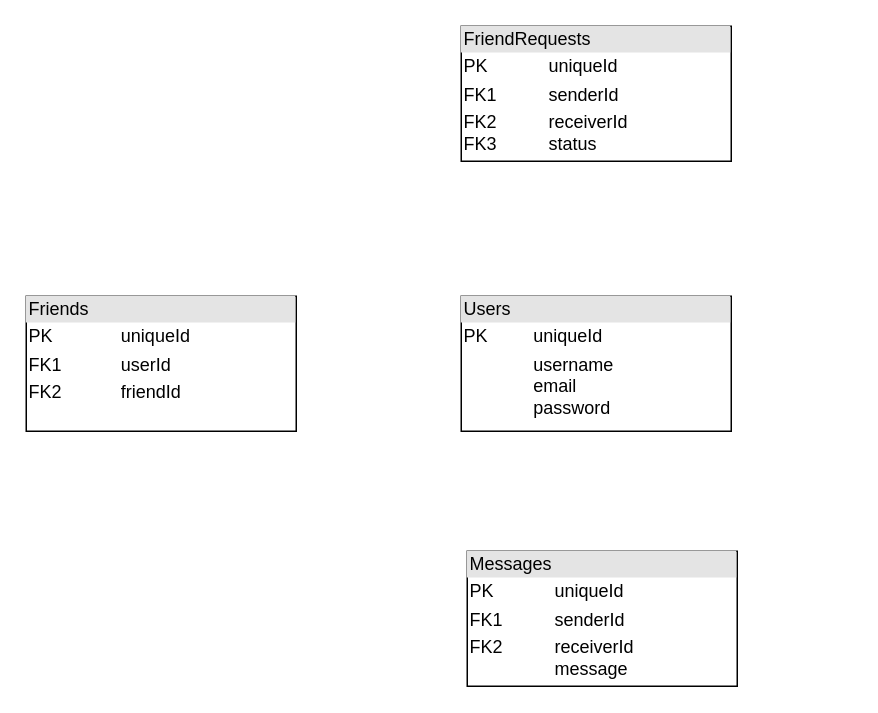
The draw.io diagram page "DB Schema" (1 of 2) of diagrams/User_db_class.drawio in riv4lz/riv4lz-backend, before the edit. Source tidied: cells renumbered, new cells numbered last; positions are measured from the earlier drawing's top-left corner, leaving out a move shared by most shapes. Both pictures are drawn from the tidied source at 150%, with x=0, y=0 at pixel (26, 26).
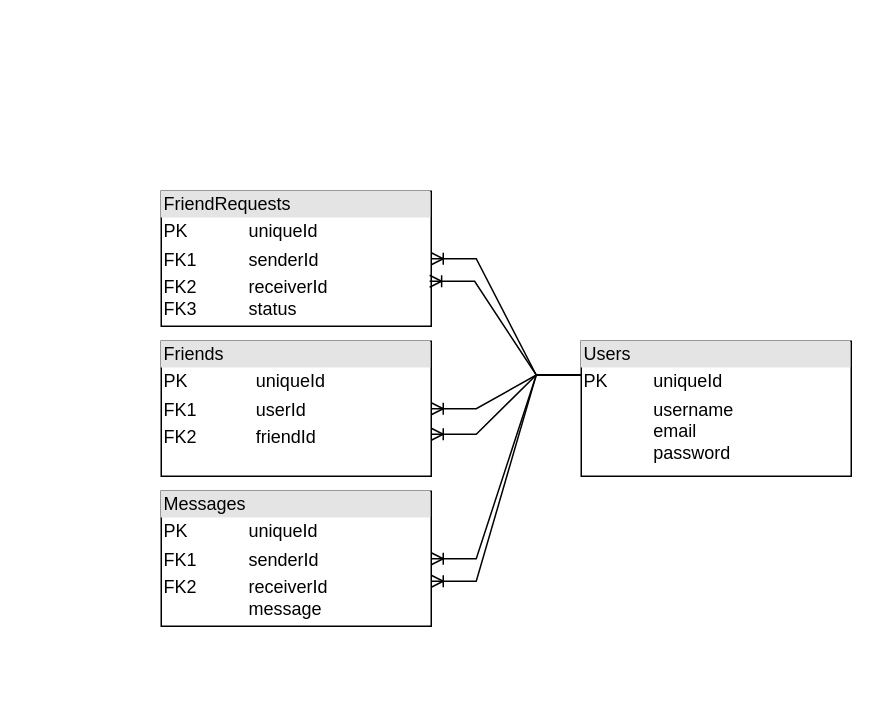
The same page after the edit.

Diff of the diagram source:
```diff
@@
 <mxGraphModel>
   <root>
     <mxCell id="0" />
     <mxCell id="1" parent="0" />
     <mxCell id="2" value="&lt;div style=&quot;box-sizing: border-box ; width: 100% ; background: #e4e4e4 ; padding: 2px&quot;&gt;Users&lt;/div&gt;&lt;table style=&quot;width: 100% ; font-size: 1em&quot; cellpadding=&quot;2&quot; cellspacing=&quot;0&quot;&gt;&lt;tbody&gt;&lt;tr&gt;&lt;td&gt;PK&lt;/td&gt;&lt;td&gt;uniqueId&lt;/td&gt;&lt;/tr&gt;&lt;tr&gt;&lt;td&gt;&lt;br&gt;&lt;/td&gt;&lt;td&gt;username&lt;br&gt;email&lt;br&gt;password&lt;/td&gt;&lt;/tr&gt;&lt;tr&gt;&lt;td&gt;&lt;br&gt;&lt;/td&gt;&lt;td&gt;&lt;br&gt;&lt;/td&gt;&lt;/tr&gt;&lt;/tbody&gt;&lt;/table&gt;" style="verticalAlign=top;align=left;overflow=fill;html=1;" parent="1" vertex="1">
-      <mxGeometry x="290" y="180" width="180" height="90" as="geometry" />
+      <mxGeometry x="370" y="210" width="180" height="90" as="geometry" />
     </mxCell>
     <mxCell id="3" value="&lt;div style=&quot;box-sizing: border-box ; width: 100% ; background: #e4e4e4 ; padding: 2px&quot;&gt;Friends&lt;/div&gt;&lt;table style=&quot;width: 100% ; font-size: 1em&quot; cellpadding=&quot;2&quot; cellspacing=&quot;0&quot;&gt;&lt;tbody&gt;&lt;tr&gt;&lt;td&gt;PK&lt;/td&gt;&lt;td&gt;uniqueId&lt;/td&gt;&lt;/tr&gt;&lt;tr&gt;&lt;td&gt;FK1&lt;/td&gt;&lt;td&gt;userId&lt;/td&gt;&lt;/tr&gt;&lt;tr&gt;&lt;td&gt;FK2&lt;/td&gt;&lt;td&gt;friendId&lt;/td&gt;&lt;/tr&gt;&lt;/tbody&gt;&lt;/table&gt;" style="verticalAlign=top;align=left;overflow=fill;html=1;" parent="1" vertex="1">
-      <mxGeometry y="180" width="180" height="90" as="geometry" />
+      <mxGeometry x="90" y="210" width="180" height="90" as="geometry" />
     </mxCell>
     <mxCell id="4" value="&lt;div style=&quot;box-sizing: border-box ; width: 100% ; background: #e4e4e4 ; padding: 2px&quot;&gt;FriendRequests&lt;/div&gt;&lt;table style=&quot;width: 100% ; font-size: 1em&quot; cellpadding=&quot;2&quot; cellspacing=&quot;0&quot;&gt;&lt;tbody&gt;&lt;tr&gt;&lt;td&gt;PK&lt;/td&gt;&lt;td&gt;uniqueId&lt;/td&gt;&lt;/tr&gt;&lt;tr&gt;&lt;td&gt;FK1&lt;/td&gt;&lt;td&gt;senderId&lt;/td&gt;&lt;/tr&gt;&lt;tr&gt;&lt;td&gt;FK2&lt;br&gt;FK3&lt;/td&gt;&lt;td&gt;receiverId&lt;br&gt;status&lt;/td&gt;&lt;/tr&gt;&lt;/tbody&gt;&lt;/table&gt;" style="verticalAlign=top;align=left;overflow=fill;html=1;" parent="1" vertex="1">
-      <mxGeometry x="290" width="180" height="90" as="geometry" />
+      <mxGeometry x="90" y="110" width="180" height="90" as="geometry" />
     </mxCell>
     <mxCell id="5" value="&lt;div style=&quot;box-sizing: border-box ; width: 100% ; background: #e4e4e4 ; padding: 2px&quot;&gt;Messages&lt;/div&gt;&lt;table style=&quot;width: 100% ; font-size: 1em&quot; cellpadding=&quot;2&quot; cellspacing=&quot;0&quot;&gt;&lt;tbody&gt;&lt;tr&gt;&lt;td&gt;PK&lt;/td&gt;&lt;td&gt;uniqueId&lt;/td&gt;&lt;/tr&gt;&lt;tr&gt;&lt;td&gt;FK1&lt;/td&gt;&lt;td&gt;senderId&lt;/td&gt;&lt;/tr&gt;&lt;tr&gt;&lt;td&gt;FK2&lt;br&gt;&lt;br&gt;&lt;/td&gt;&lt;td&gt;receiverId&lt;br&gt;message&lt;/td&gt;&lt;/tr&gt;&lt;/tbody&gt;&lt;/table&gt;" style="verticalAlign=top;align=left;overflow=fill;html=1;" parent="1" vertex="1">
-      <mxGeometry x="294" y="350" width="180" height="90" as="geometry" />
+      <mxGeometry x="90" y="310" width="180" height="90" as="geometry" />
     </mxCell>
+    <mxCell id="6" style="edgeStyle=entityRelationEdgeStyle;fontSize=12;html=1;endArrow=ERoneToMany;rounded=0;entryX=1;entryY=0.5;entryDx=0;entryDy=0;exitX=0;exitY=0.25;exitDx=0;exitDy=0;" parent="1" edge="1" source="2" target="3">
+      <mxGeometry relative="1" as="geometry" />
+    </mxCell>
+    <mxCell id="7" style="edgeStyle=entityRelationEdgeStyle;fontSize=12;html=1;endArrow=ERoneToMany;rounded=0;entryX=1;entryY=0.689;entryDx=0;entryDy=0;entryPerimeter=0;exitX=0;exitY=0.25;exitDx=0;exitDy=0;" parent="1" edge="1" source="2" target="3">
+      <mxGeometry relative="1" as="geometry" />
+    </mxCell>
+    <mxCell id="8" style="edgeStyle=entityRelationEdgeStyle;fontSize=12;html=1;endArrow=ERoneToMany;rounded=0;entryX=1;entryY=0.5;entryDx=0;entryDy=0;exitX=0;exitY=0.25;exitDx=0;exitDy=0;" parent="1" edge="1" source="2" target="5">
+      <mxGeometry relative="1" as="geometry" />
+    </mxCell>
+    <mxCell id="9" style="edgeStyle=entityRelationEdgeStyle;fontSize=12;html=1;endArrow=ERoneToMany;rounded=0;entryX=1;entryY=0.667;entryDx=0;entryDy=0;entryPerimeter=0;exitX=0;exitY=0.25;exitDx=0;exitDy=0;" parent="1" edge="1" source="2" target="5">
+      <mxGeometry relative="1" as="geometry" />
+    </mxCell>
+    <mxCell id="10" style="edgeStyle=entityRelationEdgeStyle;fontSize=12;html=1;endArrow=ERoneToMany;rounded=0;entryX=1;entryY=0.5;entryDx=0;entryDy=0;exitX=0;exitY=0.25;exitDx=0;exitDy=0;" parent="1" edge="1" source="2" target="4">
+      <mxGeometry relative="1" as="geometry" />
+    </mxCell>
+    <mxCell id="11" style="edgeStyle=entityRelationEdgeStyle;fontSize=12;html=1;endArrow=ERoneToMany;rounded=0;entryX=0.994;entryY=0.667;entryDx=0;entryDy=0;entryPerimeter=0;exitX=0;exitY=0.25;exitDx=0;exitDy=0;" parent="1" edge="1" source="2" target="4">
+      <mxGeometry relative="1" as="geometry" />
+    </mxCell>
   </root>
 </mxGraphModel>
```
